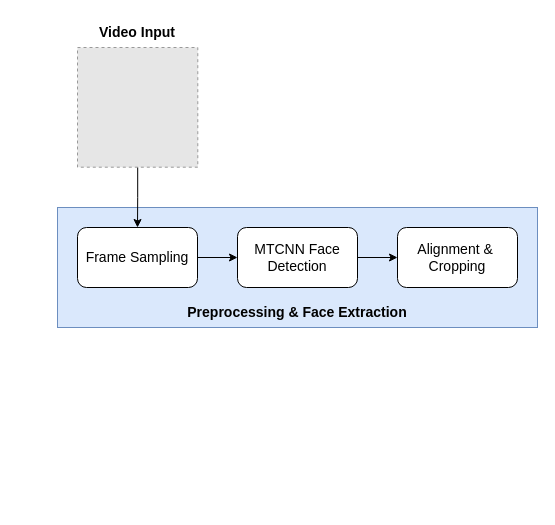
Before: DeepFakeDetectionArchitecture.drawio in lukas0173/Draw.io, a draw.io diagram. Source tidied: cells renumbered, new cells numbered last; positions are measured from the earlier drawing's top-left corner, leaving out a move shared by most shapes. Both pictures are drawn from the tidied source at 100%, with x=0, y=0 at pixel (57, 17). Pictures stored in the file or linked from it are replaced by grey dashed boxes.
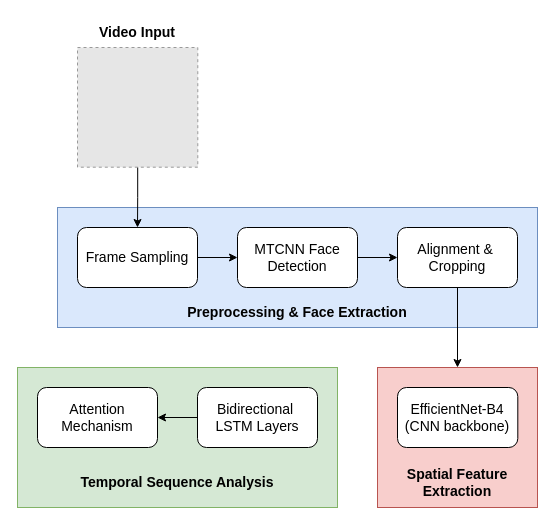
Above is the later version.

Unchanged cells that the change refers to:
```xml
<mxCell id="9" value="Alignment &amp;amp;&amp;nbsp;&lt;div&gt;Cropping&lt;/div&gt;" style="rounded=1;whiteSpace=wrap;html=1;fontSize=14;" parent="1" vertex="1">
  <mxGeometry x="340" y="210" width="120" height="60" as="geometry" />
</mxCell>
```

What changed in the source:
```diff
@@
+    <mxCell id="12" style="edgeStyle=orthogonalEdgeStyle;rounded=0;jettySize=auto;html=1;entryX=0.5;entryY=0;entryDx=0;entryDy=0;" parent="1" edge="1" source="9" target="13">
+      <mxGeometry relative="1" as="geometry" />
+    </mxCell>
@@
+    <mxCell id="13" style="rounded=0;whiteSpace=wrap;html=1;fillColor=#f8cecc;strokeColor=#b85450;" parent="1" vertex="1">
+      <mxGeometry x="320" y="350" width="160" height="140" as="geometry" />
+    </mxCell>
+    <mxCell id="14" value="Spatial Feature Extraction" style="text;html=1;whiteSpace=wrap;strokeColor=none;fillColor=none;align=center;verticalAlign=middle;rounded=0;fontStyle=1;fontSize=14;" parent="1" vertex="1">
+      <mxGeometry x="330" y="440" width="140" height="50" as="geometry" />
+    </mxCell>
+    <mxCell id="15" value="EfficientNet-B4 (CNN backbone)" style="rounded=1;whiteSpace=wrap;html=1;fontSize=14;" parent="1" vertex="1">
+      <mxGeometry x="340" y="370" width="120.3" height="60" as="geometry" />
+    </mxCell>
+    <mxCell id="16" style="rounded=0;whiteSpace=wrap;html=1;fillColor=#d5e8d4;strokeColor=#82b366;" parent="1" vertex="1">
+      <mxGeometry x="-40" y="350" width="320" height="140" as="geometry" />
+    </mxCell>
+    <mxCell id="17" style="edgeStyle=orthogonalEdgeStyle;rounded=0;jettySize=auto;html=1;startArrow=classic;startFill=1;endArrow=none;endFill=0;" parent="1" edge="1" source="18" target="19">
+      <mxGeometry relative="1" as="geometry" />
+    </mxCell>
+    <mxCell id="18" value="&lt;div&gt;&lt;div&gt;&lt;div&gt;Attention&lt;/div&gt;&lt;div&gt;Mechanism&lt;/div&gt;&lt;/div&gt;&lt;/div&gt;" style="rounded=1;whiteSpace=wrap;html=1;fontSize=14;" parent="1" vertex="1">
+      <mxGeometry x="-20" y="370" width="120" height="60" as="geometry" />
+    </mxCell>
+    <mxCell id="19" value="Bidirectional&amp;nbsp;&lt;div&gt;LSTM Layers&lt;/div&gt;" style="rounded=1;whiteSpace=wrap;html=1;fontSize=14;" parent="1" vertex="1">
+      <mxGeometry x="140" y="370" width="120" height="60" as="geometry" />
+    </mxCell>
+    <mxCell id="20" value="Temporal Sequence Analysis" style="text;html=1;whiteSpace=wrap;strokeColor=none;fillColor=none;align=center;verticalAlign=middle;rounded=0;fontStyle=1;fontSize=14;" parent="1" vertex="1">
+      <mxGeometry x="5" y="450" width="230" height="30" as="geometry" />
+    </mxCell>
```
